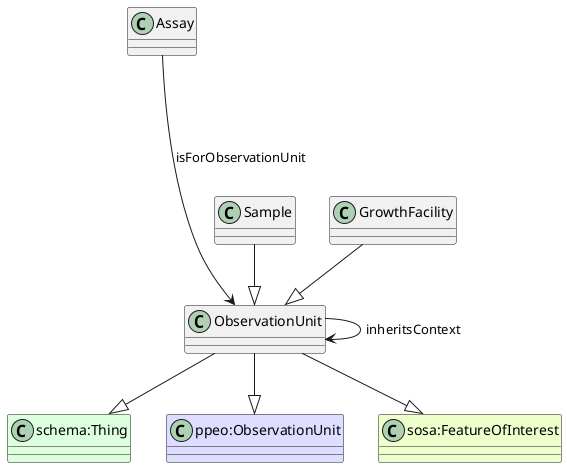
aus-plant-phenomics-network/appn-schema keeps this PlantUML diagram as ttl_uml/ttl_appn_ObservationUnit.png. Above is the earlier version. Source of this version:
```plantuml
@startuml
class ObservationUnit  #line.bold
class "schema:Thing" #DDFFDD
ObservationUnit --|> "schema:Thing"
class "ppeo:ObservationUnit" #DDDDFF
ObservationUnit --|> "ppeo:ObservationUnit"
class "sosa:FeatureOfInterest" #EEFFCC
ObservationUnit --|> "sosa:FeatureOfInterest"
class Assay
Assay ----> ObservationUnit : isForObservationUnit
class ObservationUnit
ObservationUnit ----> ObservationUnit : inheritsContext
class Sample
Sample --|> ObservationUnit
class GrowthFacility
GrowthFacility --|> ObservationUnit
@enduml
```
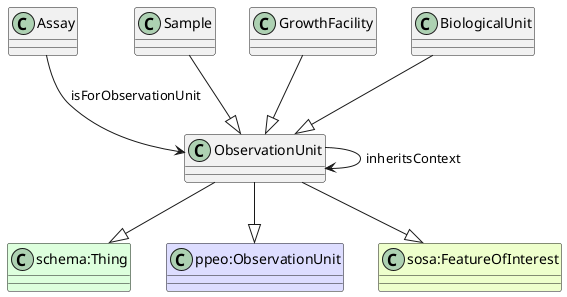
After the change.

Change to the diagram source:
```diff
@@ -7,11 +7,13 @@
 class "sosa:FeatureOfInterest" #EEFFCC
 ObservationUnit --|> "sosa:FeatureOfInterest"
 class Assay
-Assay ----> ObservationUnit : isForObservationUnit
+Assay --> ObservationUnit : isForObservationUnit
 class ObservationUnit
-ObservationUnit ----> ObservationUnit : inheritsContext
+ObservationUnit --> ObservationUnit : inheritsContext
 class Sample
 Sample --|> ObservationUnit
 class GrowthFacility
 GrowthFacility --|> ObservationUnit
+class BiologicalUnit
+BiologicalUnit --|> ObservationUnit
 @enduml
```
